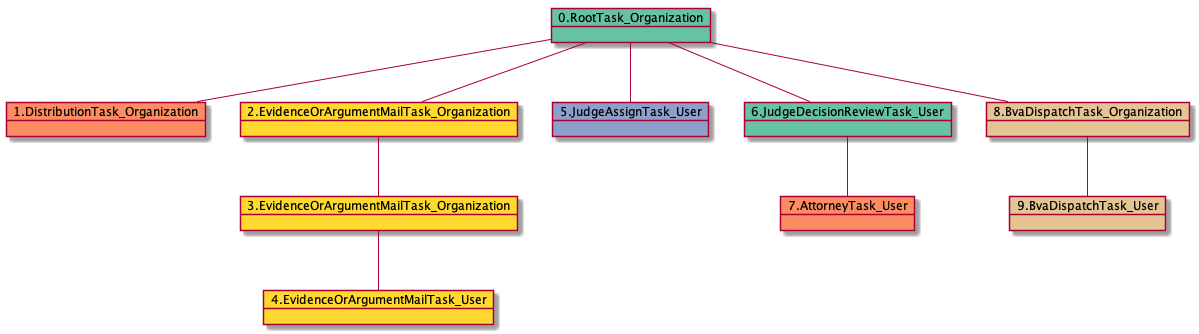
Earlier version of the PlantUML export docs-DR/uml/RTO.DTO.EOAMTO.EOAMTO.EOAMTU.JATU-10213.png (yoomlam/graphing).
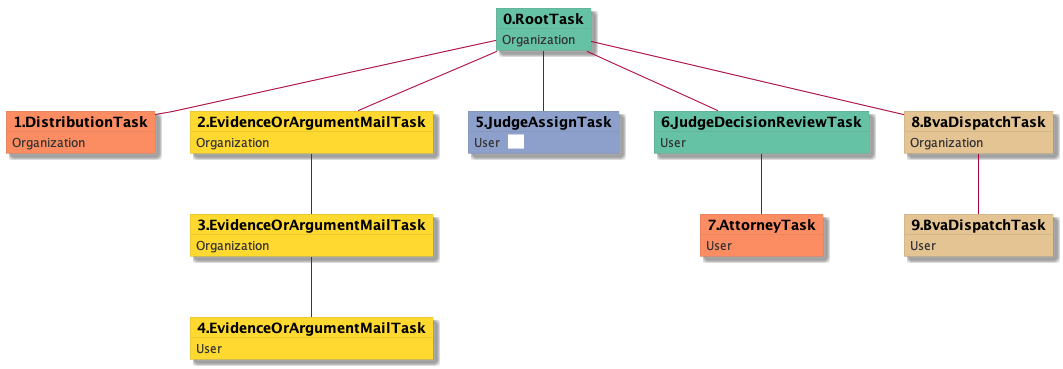
After the change.

The edit, as a diff of the source:
```diff
@@ -1,21 +1,49 @@
 @startuml
-object 0.RootTask_Organization #66c2a5
-object 1.DistributionTask_Organization #fc8d62
-object 2.EvidenceOrArgumentMailTask_Organization #ffd92f
-object 3.EvidenceOrArgumentMailTask_Organization #ffd92f
-object 4.EvidenceOrArgumentMailTask_User #ffd92f
-object 5.JudgeAssignTask_User #8da0cb
-object 6.JudgeDecisionReviewTask_User #66c2a5
-object 7.AttorneyTask_User #fc8d62
-object 8.BvaDispatchTask_Organization #e5c494
-object 9.BvaDispatchTask_User #e5c494
-0.RootTask_Organization -- 1.DistributionTask_Organization
-0.RootTask_Organization -- 2.EvidenceOrArgumentMailTask_Organization
-2.EvidenceOrArgumentMailTask_Organization -- 3.EvidenceOrArgumentMailTask_Organization
-3.EvidenceOrArgumentMailTask_Organization -- 4.EvidenceOrArgumentMailTask_User
-0.RootTask_Organization -- 5.JudgeAssignTask_User
-0.RootTask_Organization -- 6.JudgeDecisionReviewTask_User
-6.JudgeDecisionReviewTask_User -- 7.AttorneyTask_User
-0.RootTask_Organization -- 8.BvaDispatchTask_Organization
-8.BvaDispatchTask_Organization -- 9.BvaDispatchTask_User
+skinparam {
+  ObjectBorderColor #555
+  ObjectBorderThickness 0
+  ObjectFontStyle bold
+  ObjectFontSize 14
+  ObjectAttributeFontColor #333
+  ObjectAttributeFontSize 12
+}
+  object 0.RootTask #66c2a5 {
+Organization
+}
+  object 1.DistributionTask #fc8d62 {
+Organization
+}
+  object 2.EvidenceOrArgumentMailTask #ffd92f {
+Organization
+}
+  object 3.EvidenceOrArgumentMailTask #ffd92f {
+Organization
+}
+  object 4.EvidenceOrArgumentMailTask #ffd92f {
+User
+}
+  object 5.JudgeAssignTask #8da0cb {
+User  <back:white>    </back>
+}
+  object 6.JudgeDecisionReviewTask #66c2a5 {
+User
+}
+  object 7.AttorneyTask #fc8d62 {
+User
+}
+  object 8.BvaDispatchTask #e5c494 {
+Organization
+}
+  object 9.BvaDispatchTask #e5c494 {
+User
+}
+0.RootTask -- 1.DistributionTask
+0.RootTask -- 2.EvidenceOrArgumentMailTask
+2.EvidenceOrArgumentMailTask -- 3.EvidenceOrArgumentMailTask
+3.EvidenceOrArgumentMailTask -- 4.EvidenceOrArgumentMailTask
+0.RootTask -- 5.JudgeAssignTask
+0.RootTask -- 6.JudgeDecisionReviewTask
+6.JudgeDecisionReviewTask -- 7.AttorneyTask
+0.RootTask -- 8.BvaDispatchTask
+8.BvaDispatchTask -- 9.BvaDispatchTask
 @enduml
```
